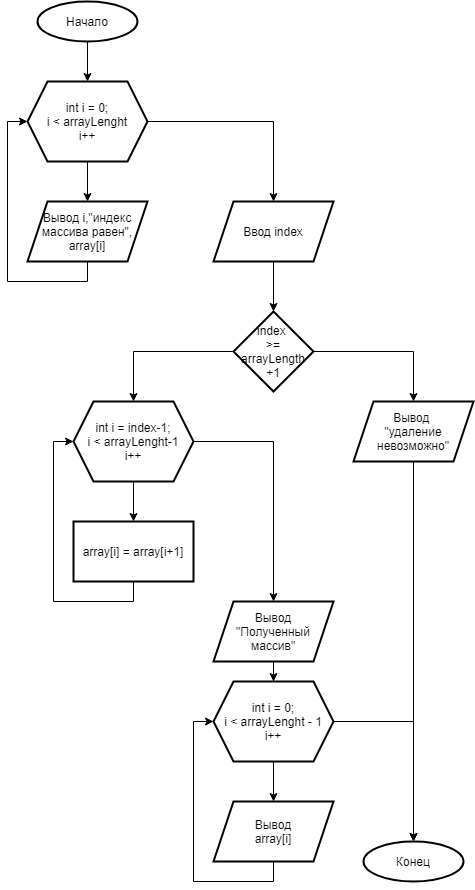
Before: _lab5/_func removeElement.png, a diagram exported from draw.io (leetrikon/oaip). Source tidied: cells renumbered, new cells last; positions are measured from the earlier drawing's top-left corner, leaving out a move shared by most shapes. Source of this version:
```xml
<mxGraphModel>
  <root>
    <mxCell id="0" />
    <mxCell id="1" parent="0" />
    <mxCell id="2" style="edgeStyle=orthogonalEdgeStyle;rounded=0;jettySize=auto;html=1;" parent="1" edge="1" source="3" target="6">
      <mxGeometry relative="1" as="geometry" />
    </mxCell>
    <mxCell id="3" value="Начало" style="strokeWidth=2;html=1;shape=mxgraph.flowchart.start_2;whiteSpace=wrap;" parent="1" vertex="1">
      <mxGeometry x="30" width="100" height="40" as="geometry" />
    </mxCell>
    <mxCell id="4" style="edgeStyle=orthogonalEdgeStyle;rounded=0;jettySize=auto;html=1;" parent="1" edge="1" source="6" target="8">
      <mxGeometry relative="1" as="geometry" />
    </mxCell>
    <mxCell id="5" style="edgeStyle=orthogonalEdgeStyle;rounded=0;jettySize=auto;html=1;" parent="1" edge="1" source="6" target="10">
      <mxGeometry relative="1" as="geometry" />
    </mxCell>
    <mxCell id="6" value="int i = 0;&lt;br&gt;i &amp;lt; arrayLenght&lt;br&gt;i++" style="shape=hexagon;perimeter=hexagonPerimeter2;whiteSpace=wrap;html=1;fixedSize=1;strokeWidth=2;" parent="1" vertex="1">
      <mxGeometry x="20" y="80" width="120" height="80" as="geometry" />
    </mxCell>
    <mxCell id="7" style="edgeStyle=orthogonalEdgeStyle;rounded=0;jettySize=auto;html=1;entryX=0;entryY=0.5;entryDx=0;entryDy=0;" parent="1" edge="1" source="8" target="6">
      <mxGeometry relative="1" as="geometry">
        <Array as="points">
          <mxPoint x="80" y="280" />
          <mxPoint y="280" />
          <mxPoint y="120" />
        </Array>
      </mxGeometry>
    </mxCell>
    <mxCell id="8" value="Вывод i,&quot;индекс массива равен&quot;,&lt;br&gt;array[i]" style="shape=parallelogram;perimeter=parallelogramPerimeter;whiteSpace=wrap;html=1;fixedSize=1;strokeWidth=2;" parent="1" vertex="1">
      <mxGeometry x="20" y="200" width="120" height="60" as="geometry" />
    </mxCell>
    <mxCell id="9" style="edgeStyle=orthogonalEdgeStyle;rounded=0;jettySize=auto;html=1;" parent="1" edge="1" source="10" target="13">
      <mxGeometry relative="1" as="geometry" />
    </mxCell>
    <mxCell id="10" value="Ввод index" style="shape=parallelogram;perimeter=parallelogramPerimeter;whiteSpace=wrap;html=1;fixedSize=1;strokeWidth=2;" parent="1" vertex="1">
      <mxGeometry x="206" y="200" width="120" height="60" as="geometry" />
    </mxCell>
    <mxCell id="11" style="edgeStyle=orthogonalEdgeStyle;rounded=0;jettySize=auto;html=1;" parent="1" edge="1" source="13" target="15">
      <mxGeometry relative="1" as="geometry" />
    </mxCell>
    <mxCell id="12" style="edgeStyle=orthogonalEdgeStyle;rounded=0;jettySize=auto;html=1;" parent="1" edge="1" source="13" target="18">
      <mxGeometry relative="1" as="geometry" />
    </mxCell>
    <mxCell id="13" value="index&amp;nbsp;&lt;br&gt;&amp;gt;=&lt;br&gt;arrayLength +1" style="rhombus;whiteSpace=wrap;html=1;strokeWidth=2;" parent="1" vertex="1">
      <mxGeometry x="226" y="310" width="80" height="80" as="geometry" />
    </mxCell>
    <mxCell id="14" style="edgeStyle=orthogonalEdgeStyle;rounded=0;jettySize=auto;html=1;entryX=0.5;entryY=0;entryDx=0;entryDy=0;entryPerimeter=0;" parent="1" edge="1" source="15" target="28">
      <mxGeometry relative="1" as="geometry" />
    </mxCell>
    <mxCell id="15" value="Вывод &lt;br&gt;&quot;удаление невозможно&quot;" style="shape=parallelogram;perimeter=parallelogramPerimeter;whiteSpace=wrap;html=1;fixedSize=1;strokeWidth=2;" parent="1" vertex="1">
      <mxGeometry x="346" y="400" width="120" height="60" as="geometry" />
    </mxCell>
    <mxCell id="16" style="edgeStyle=orthogonalEdgeStyle;rounded=0;jettySize=auto;html=1;" parent="1" edge="1" source="18" target="20">
      <mxGeometry relative="1" as="geometry" />
    </mxCell>
    <mxCell id="17" style="edgeStyle=orthogonalEdgeStyle;rounded=0;jettySize=auto;html=1;" parent="1" edge="1" source="18" target="22">
      <mxGeometry relative="1" as="geometry" />
    </mxCell>
    <mxCell id="18" value="int i = index-1;&lt;br&gt;i &amp;lt; arrayLenght-1&lt;br&gt;i++" style="shape=hexagon;perimeter=hexagonPerimeter2;whiteSpace=wrap;html=1;fixedSize=1;strokeWidth=2;" parent="1" vertex="1">
      <mxGeometry x="66" y="400" width="120" height="80" as="geometry" />
    </mxCell>
    <mxCell id="19" style="edgeStyle=orthogonalEdgeStyle;rounded=0;jettySize=auto;html=1;entryX=0;entryY=0.5;entryDx=0;entryDy=0;" parent="1" edge="1" source="20" target="18">
      <mxGeometry relative="1" as="geometry">
        <Array as="points">
          <mxPoint x="126" y="600" />
          <mxPoint x="46" y="600" />
          <mxPoint x="46" y="440" />
        </Array>
      </mxGeometry>
    </mxCell>
    <mxCell id="20" value="array[i] = array[i+1]" style="whiteSpace=wrap;html=1;strokeWidth=2;" parent="1" vertex="1">
      <mxGeometry x="66" y="520" width="120" height="60" as="geometry" />
    </mxCell>
    <mxCell id="21" style="edgeStyle=orthogonalEdgeStyle;rounded=0;jettySize=auto;html=1;" parent="1" edge="1" source="22" target="25">
      <mxGeometry relative="1" as="geometry" />
    </mxCell>
    <mxCell id="22" value="Вывод&lt;br&gt;&quot;Полученный массив&quot;" style="shape=parallelogram;perimeter=parallelogramPerimeter;whiteSpace=wrap;html=1;fixedSize=1;strokeWidth=2;" parent="1" vertex="1">
      <mxGeometry x="206" y="600" width="120" height="60" as="geometry" />
    </mxCell>
    <mxCell id="23" style="edgeStyle=orthogonalEdgeStyle;rounded=0;jettySize=auto;html=1;" parent="1" edge="1" source="25" target="27">
      <mxGeometry relative="1" as="geometry" />
    </mxCell>
    <mxCell id="24" style="edgeStyle=orthogonalEdgeStyle;rounded=0;jettySize=auto;html=1;entryX=0.5;entryY=0;entryDx=0;entryDy=0;entryPerimeter=0;" parent="1" edge="1" source="25" target="28">
      <mxGeometry relative="1" as="geometry" />
    </mxCell>
    <mxCell id="25" value="int i = 0;&lt;br&gt;i &amp;lt; arrayLenght - 1&lt;br&gt;i++" style="shape=hexagon;perimeter=hexagonPerimeter2;whiteSpace=wrap;html=1;fixedSize=1;strokeWidth=2;" parent="1" vertex="1">
      <mxGeometry x="206" y="680" width="120" height="80" as="geometry" />
    </mxCell>
    <mxCell id="26" style="edgeStyle=orthogonalEdgeStyle;rounded=0;jettySize=auto;html=1;entryX=0;entryY=0.5;entryDx=0;entryDy=0;" parent="1" edge="1" source="27" target="25">
      <mxGeometry relative="1" as="geometry">
        <Array as="points">
          <mxPoint x="266" y="880" />
          <mxPoint x="186" y="880" />
          <mxPoint x="186" y="720" />
        </Array>
      </mxGeometry>
    </mxCell>
    <mxCell id="27" value="Вывод&lt;br&gt;array[i]" style="shape=parallelogram;perimeter=parallelogramPerimeter;whiteSpace=wrap;html=1;fixedSize=1;strokeWidth=2;" parent="1" vertex="1">
      <mxGeometry x="206" y="800" width="120" height="60" as="geometry" />
    </mxCell>
    <mxCell id="28" value="Конец" style="strokeWidth=2;html=1;shape=mxgraph.flowchart.start_2;whiteSpace=wrap;" parent="1" vertex="1">
      <mxGeometry x="356" y="840" width="100" height="40" as="geometry" />
    </mxCell>
  </root>
</mxGraphModel>
```
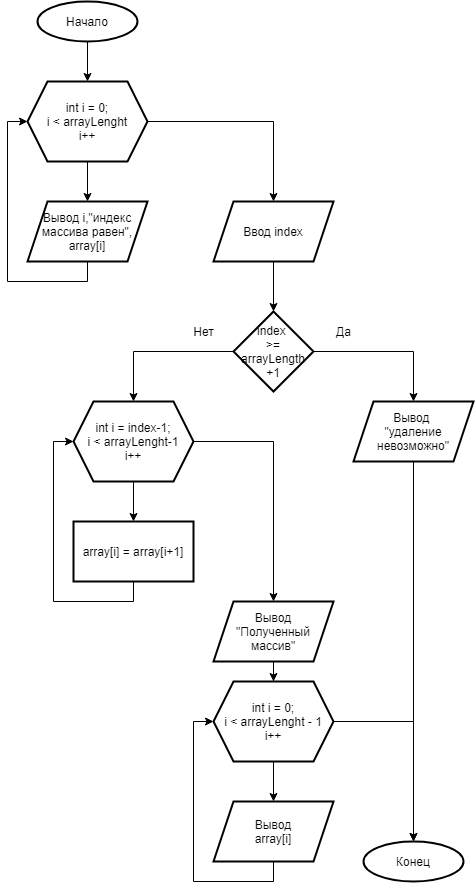
Later version of the same file.

Diff of the diagram source:
```diff
@@ -101,5 +101,11 @@
     <mxCell id="28" value="Конец" style="strokeWidth=2;html=1;shape=mxgraph.flowchart.start_2;whiteSpace=wrap;" parent="1" vertex="1">
       <mxGeometry x="356" y="840" width="100" height="40" as="geometry" />
     </mxCell>
+    <mxCell id="29" value="Нет" style="text;html=1;align=center;verticalAlign=middle;" parent="1" vertex="1">
+      <mxGeometry x="176" y="320" width="40" height="20" as="geometry" />
+    </mxCell>
+    <mxCell id="30" value="Да" style="text;html=1;align=center;verticalAlign=middle;" parent="1" vertex="1">
+      <mxGeometry x="321" y="320" width="30" height="20" as="geometry" />
+    </mxCell>
   </root>
 </mxGraphModel>
```
